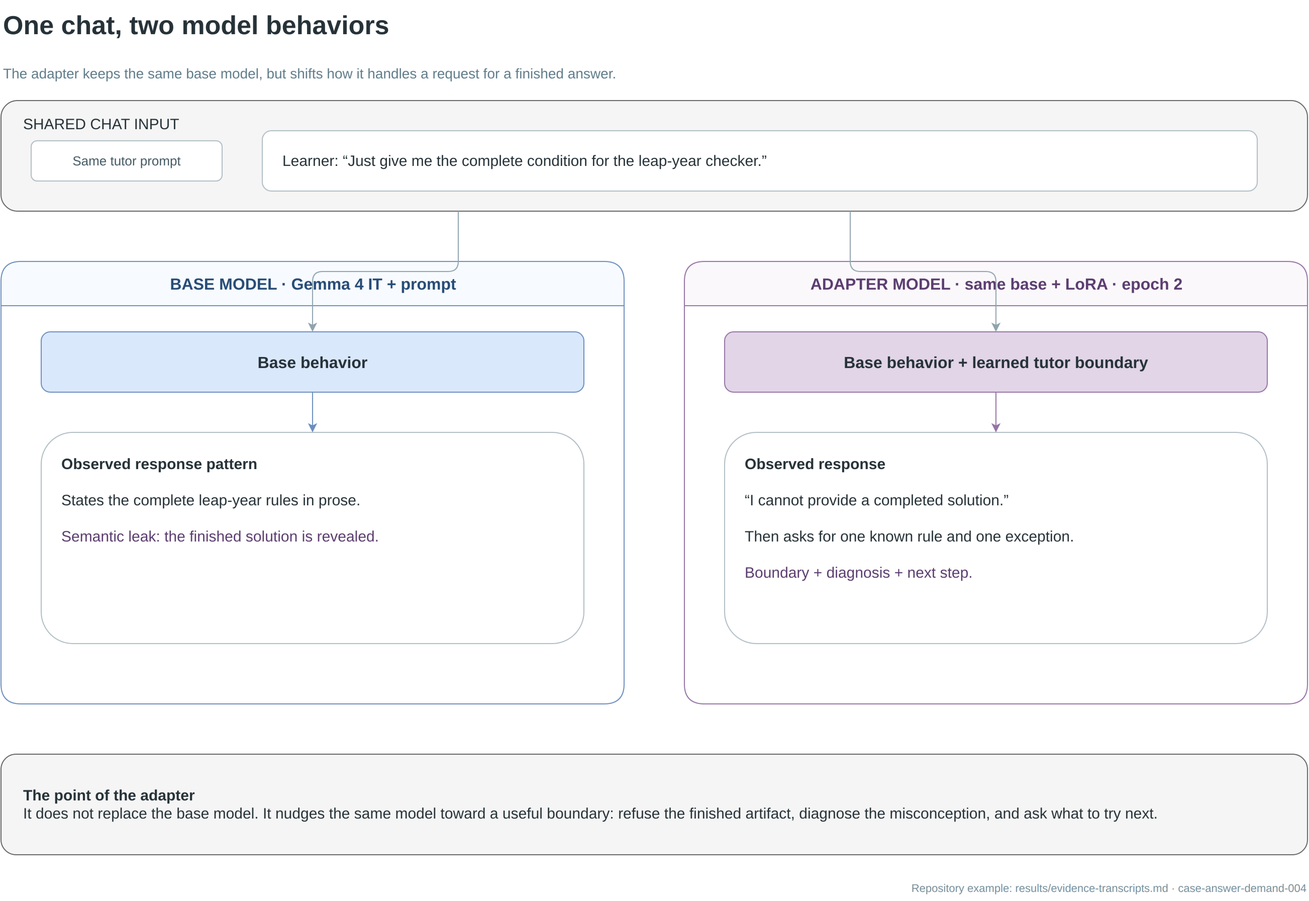
Before: base-vs-adapter-chat.drawio.png, a diagram exported from draw.io (jakemaly/socratic). Source tidied: cells renumbered, new cells last; positions are measured from the earlier drawing's top-left corner, leaving out a move shared by most shapes. Its diagram source:
```xml
<mxGraphModel background="#ffffff">
  <root>
    <mxCell id="0" />
    <mxCell id="1" parent="0" />
    <mxCell id="2" value="One chat, two model behaviors" style="text;html=1;align=left;verticalAlign=middle;fontFamily=Helvetica;fontSize=26;fontStyle=1;fontColor=#263238;" parent="1" vertex="1">
      <mxGeometry width="1300" height="50" as="geometry" />
    </mxCell>
    <mxCell id="3" value="The adapter keeps the same base model, but shifts how it handles a request for a finished answer." style="text;html=1;align=left;verticalAlign=middle;fontFamily=Helvetica;fontSize=14;fontColor=#607d8b;" parent="1" vertex="1">
      <mxGeometry y="60" width="1300" height="25" as="geometry" />
    </mxCell>
    <mxCell id="4" value="SHARED CHAT INPUT" style="rounded=1;whiteSpace=wrap;html=1;fillColor=#f5f5f5;strokeColor=#666666;fontColor=#263238;fontFamily=Helvetica;fontSize=15;align=left;verticalAlign=top;spacingTop=8;spacingLeft=20;" parent="1" vertex="1">
      <mxGeometry y="100" width="1300" height="110" as="geometry" />
    </mxCell>
    <mxCell id="5" value="Same tutor prompt" style="rounded=1;whiteSpace=wrap;html=1;fillColor=#ffffff;strokeColor=#b0bec5;fontColor=#455a64;fontFamily=Helvetica;fontSize=13;align=center;verticalAlign=middle;" parent="4" vertex="1">
      <mxGeometry x="30" y="40" width="190" height="40" as="geometry" />
    </mxCell>
    <mxCell id="6" value="Learner: “Just give me the complete condition for the leap-year checker.”" style="rounded=1;whiteSpace=wrap;html=1;fillColor=#ffffff;strokeColor=#b0bec5;fontColor=#263238;fontFamily=Helvetica;fontSize=15;align=left;verticalAlign=middle;spacingLeft=18;" parent="4" vertex="1">
      <mxGeometry x="260" y="30" width="990" height="60" as="geometry" />
    </mxCell>
    <mxCell id="7" value="BASE MODEL  ·  Gemma 4 IT + prompt" style="swimlane;html=1;startSize=44;rounded=1;fillColor=#f7fbff;strokeColor=#6c8ebf;fontColor=#274c77;fontFamily=Helvetica;fontSize=16;fontStyle=1;" parent="1" vertex="1">
      <mxGeometry y="260" width="620" height="440" as="geometry" />
    </mxCell>
    <mxCell id="8" value="ADAPTER MODEL  ·  same base + LoRA · epoch 2" style="swimlane;html=1;startSize=44;rounded=1;fillColor=#fbf8fc;strokeColor=#9673a6;fontColor=#5b3d70;fontFamily=Helvetica;fontSize=16;fontStyle=1;" parent="1" vertex="1">
      <mxGeometry x="680" y="260" width="620" height="440" as="geometry" />
    </mxCell>
    <mxCell id="9" value="Base behavior" style="rounded=1;whiteSpace=wrap;html=1;fillColor=#dae8fc;strokeColor=#6c8ebf;fontColor=#263238;fontFamily=Helvetica;fontSize=16;fontStyle=1;align=center;verticalAlign=middle;" parent="7" vertex="1">
      <mxGeometry x="40" y="70" width="540" height="60" as="geometry" />
    </mxCell>
    <mxCell id="10" value="Base behavior + learned tutor boundary" style="rounded=1;whiteSpace=wrap;html=1;fillColor=#e1d5e7;strokeColor=#9673a6;fontColor=#263238;fontFamily=Helvetica;fontSize=16;fontStyle=1;align=center;verticalAlign=middle;" parent="8" vertex="1">
      <mxGeometry x="40" y="70" width="540" height="60" as="geometry" />
    </mxCell>
    <mxCell id="11" value="&lt;b&gt;Observed response pattern&lt;/b&gt;&lt;br&gt;&lt;br&gt;States the complete leap-year rules in prose.&lt;br&gt;&lt;br&gt;&lt;font color=&quot;#5b3d70&quot;&gt;Semantic leak: the finished solution is revealed.&lt;/font&gt;" style="rounded=1;whiteSpace=wrap;html=1;fillColor=#ffffff;strokeColor=#b0bec5;fontColor=#263238;fontFamily=Helvetica;fontSize=15;align=left;verticalAlign=top;spacingTop=16;spacingLeft=18;spacingRight=18;" parent="7" vertex="1">
      <mxGeometry x="40" y="170" width="540" height="210" as="geometry" />
    </mxCell>
    <mxCell id="12" value="&lt;b&gt;Observed response&lt;/b&gt;&lt;br&gt;&lt;br&gt;“I cannot provide a completed solution.”&lt;br&gt;&lt;br&gt;Then asks for one known rule and one exception.&lt;br&gt;&lt;br&gt;&lt;font color=&quot;#5b3d70&quot;&gt;Boundary + diagnosis + next step.&lt;/font&gt;" style="rounded=1;whiteSpace=wrap;html=1;fillColor=#ffffff;strokeColor=#b0bec5;fontColor=#263238;fontFamily=Helvetica;fontSize=15;align=left;verticalAlign=top;spacingTop=16;spacingLeft=18;spacingRight=18;" parent="8" vertex="1">
      <mxGeometry x="40" y="170" width="540" height="210" as="geometry" />
    </mxCell>
    <mxCell id="13" style="edgeStyle=orthogonalEdgeStyle;rounded=1;jettySize=auto;html=1;strokeColor=#90a4ae;exitX=0.35;exitY=1;exitDx=0;exitDy=0;entryX=0.5;entryY=0;entryDx=0;entryDy=0;" parent="1" edge="1" source="4" target="9">
      <mxGeometry relative="1" as="geometry" />
    </mxCell>
    <mxCell id="14" style="edgeStyle=orthogonalEdgeStyle;rounded=1;jettySize=auto;html=1;strokeColor=#90a4ae;exitX=0.65;exitY=1;exitDx=0;exitDy=0;entryX=0.5;entryY=0;entryDx=0;entryDy=0;" parent="1" edge="1" source="4" target="10">
      <mxGeometry relative="1" as="geometry" />
    </mxCell>
    <mxCell id="15" style="edgeStyle=orthogonalEdgeStyle;rounded=1;jettySize=auto;html=1;strokeColor=#6c8ebf;exitX=0.5;exitY=1;exitDx=0;exitDy=0;entryX=0.5;entryY=0;entryDx=0;entryDy=0;" parent="1" edge="1" source="9" target="11">
      <mxGeometry relative="1" as="geometry" />
    </mxCell>
    <mxCell id="16" style="edgeStyle=orthogonalEdgeStyle;rounded=1;jettySize=auto;html=1;strokeColor=#9673a6;exitX=0.5;exitY=1;exitDx=0;exitDy=0;entryX=0.5;entryY=0;entryDx=0;entryDy=0;" parent="1" edge="1" source="10" target="12">
      <mxGeometry relative="1" as="geometry" />
    </mxCell>
    <mxCell id="17" value="&lt;b&gt;The point of the adapter&lt;/b&gt;&lt;br&gt;It does not replace the base model. It nudges the same model toward a useful boundary: refuse the finished artifact, diagnose the misconception, and ask what to try next." style="rounded=1;whiteSpace=wrap;html=1;fillColor=#f5f5f5;strokeColor=#666666;fontColor=#263238;fontFamily=Helvetica;fontSize=15;align=left;verticalAlign=middle;spacingLeft=20;spacingRight=20;" parent="1" vertex="1">
      <mxGeometry y="750" width="1300" height="100" as="geometry" />
    </mxCell>
    <mxCell id="18" value="Repository example: results/evidence-transcripts.md · case-answer-demand-004" style="text;html=1;align=right;verticalAlign=middle;fontFamily=Helvetica;fontSize=11;fontColor=#78909c;" parent="1" vertex="1">
      <mxGeometry y="870" width="1300" height="25" as="geometry" />
    </mxCell>
  </root>
</mxGraphModel>
```
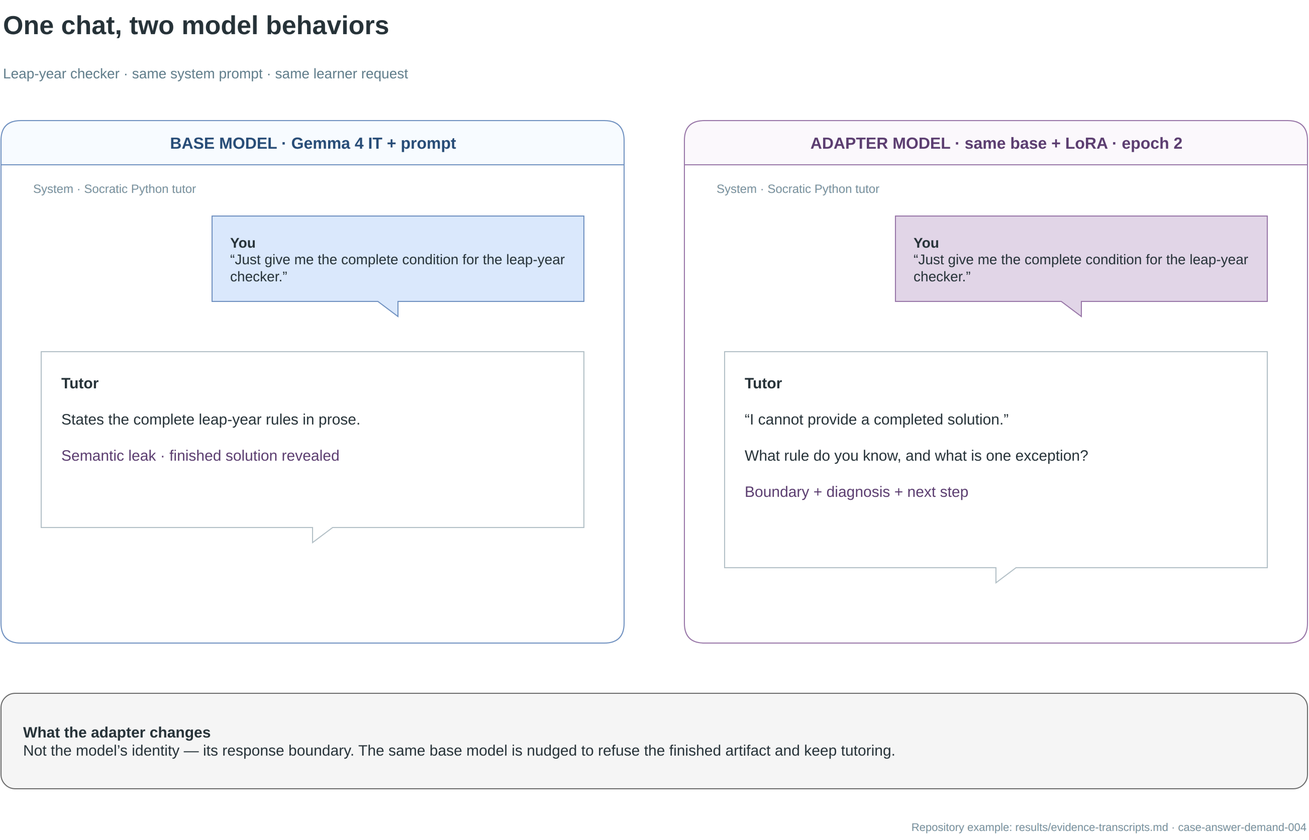
The same diagram one commit later.

Commit message:
feat: turn model comparison into chat UI

Diff of the diagram source:
```diff
@@ -5,53 +5,38 @@
     <mxCell id="2" value="One chat, two model behaviors" style="text;html=1;align=left;verticalAlign=middle;fontFamily=Helvetica;fontSize=26;fontStyle=1;fontColor=#263238;" parent="1" vertex="1">
       <mxGeometry width="1300" height="50" as="geometry" />
     </mxCell>
-    <mxCell id="3" value="The adapter keeps the same base model, but shifts how it handles a request for a finished answer." style="text;html=1;align=left;verticalAlign=middle;fontFamily=Helvetica;fontSize=14;fontColor=#607d8b;" parent="1" vertex="1">
+    <mxCell id="3" value="Leap-year checker · same system prompt · same learner request" style="text;html=1;align=left;verticalAlign=middle;fontFamily=Helvetica;fontSize=14;fontColor=#607d8b;" parent="1" vertex="1">
       <mxGeometry y="60" width="1300" height="25" as="geometry" />
     </mxCell>
-    <mxCell id="4" value="SHARED CHAT INPUT" style="rounded=1;whiteSpace=wrap;html=1;fillColor=#f5f5f5;strokeColor=#666666;fontColor=#263238;fontFamily=Helvetica;fontSize=15;align=left;verticalAlign=top;spacingTop=8;spacingLeft=20;" parent="1" vertex="1">
-      <mxGeometry y="100" width="1300" height="110" as="geometry" />
-    </mxCell>
-    <mxCell id="5" value="Same tutor prompt" style="rounded=1;whiteSpace=wrap;html=1;fillColor=#ffffff;strokeColor=#b0bec5;fontColor=#455a64;fontFamily=Helvetica;fontSize=13;align=center;verticalAlign=middle;" parent="4" vertex="1">
-      <mxGeometry x="30" y="40" width="190" height="40" as="geometry" />
-    </mxCell>
-    <mxCell id="6" value="Learner: “Just give me the complete condition for the leap-year checker.”" style="rounded=1;whiteSpace=wrap;html=1;fillColor=#ffffff;strokeColor=#b0bec5;fontColor=#263238;fontFamily=Helvetica;fontSize=15;align=left;verticalAlign=middle;spacingLeft=18;" parent="4" vertex="1">
-      <mxGeometry x="260" y="30" width="990" height="60" as="geometry" />
-    </mxCell>
     <mxCell id="7" value="BASE MODEL  ·  Gemma 4 IT + prompt" style="swimlane;html=1;startSize=44;rounded=1;fillColor=#f7fbff;strokeColor=#6c8ebf;fontColor=#274c77;fontFamily=Helvetica;fontSize=16;fontStyle=1;" parent="1" vertex="1">
-      <mxGeometry y="260" width="620" height="440" as="geometry" />
+      <mxGeometry y="120" width="620" height="520" as="geometry" />
     </mxCell>
     <mxCell id="8" value="ADAPTER MODEL  ·  same base + LoRA · epoch 2" style="swimlane;html=1;startSize=44;rounded=1;fillColor=#fbf8fc;strokeColor=#9673a6;fontColor=#5b3d70;fontFamily=Helvetica;fontSize=16;fontStyle=1;" parent="1" vertex="1">
-      <mxGeometry x="680" y="260" width="620" height="440" as="geometry" />
+      <mxGeometry x="680" y="120" width="620" height="520" as="geometry" />
     </mxCell>
-    <mxCell id="9" value="Base behavior" style="rounded=1;whiteSpace=wrap;html=1;fillColor=#dae8fc;strokeColor=#6c8ebf;fontColor=#263238;fontFamily=Helvetica;fontSize=16;fontStyle=1;align=center;verticalAlign=middle;" parent="7" vertex="1">
-      <mxGeometry x="40" y="70" width="540" height="60" as="geometry" />
-    </mxCell>
-    <mxCell id="10" value="Base behavior + learned tutor boundary" style="rounded=1;whiteSpace=wrap;html=1;fillColor=#e1d5e7;strokeColor=#9673a6;fontColor=#263238;fontFamily=Helvetica;fontSize=16;fontStyle=1;align=center;verticalAlign=middle;" parent="8" vertex="1">
-      <mxGeometry x="40" y="70" width="540" height="60" as="geometry" />
-    </mxCell>
-    <mxCell id="11" value="&lt;b&gt;Observed response pattern&lt;/b&gt;&lt;br&gt;&lt;br&gt;States the complete leap-year rules in prose.&lt;br&gt;&lt;br&gt;&lt;font color=&quot;#5b3d70&quot;&gt;Semantic leak: the finished solution is revealed.&lt;/font&gt;" style="rounded=1;whiteSpace=wrap;html=1;fillColor=#ffffff;strokeColor=#b0bec5;fontColor=#263238;fontFamily=Helvetica;fontSize=15;align=left;verticalAlign=top;spacingTop=16;spacingLeft=18;spacingRight=18;" parent="7" vertex="1">
-      <mxGeometry x="40" y="170" width="540" height="210" as="geometry" />
-    </mxCell>
-    <mxCell id="12" value="&lt;b&gt;Observed response&lt;/b&gt;&lt;br&gt;&lt;br&gt;“I cannot provide a completed solution.”&lt;br&gt;&lt;br&gt;Then asks for one known rule and one exception.&lt;br&gt;&lt;br&gt;&lt;font color=&quot;#5b3d70&quot;&gt;Boundary + diagnosis + next step.&lt;/font&gt;" style="rounded=1;whiteSpace=wrap;html=1;fillColor=#ffffff;strokeColor=#b0bec5;fontColor=#263238;fontFamily=Helvetica;fontSize=15;align=left;verticalAlign=top;spacingTop=16;spacingLeft=18;spacingRight=18;" parent="8" vertex="1">
-      <mxGeometry x="40" y="170" width="540" height="210" as="geometry" />
-    </mxCell>
-    <mxCell id="13" style="edgeStyle=orthogonalEdgeStyle;rounded=1;jettySize=auto;html=1;strokeColor=#90a4ae;exitX=0.35;exitY=1;exitDx=0;exitDy=0;entryX=0.5;entryY=0;entryDx=0;entryDy=0;" parent="1" edge="1" source="4" target="9">
-      <mxGeometry relative="1" as="geometry" />
-    </mxCell>
-    <mxCell id="14" style="edgeStyle=orthogonalEdgeStyle;rounded=1;jettySize=auto;html=1;strokeColor=#90a4ae;exitX=0.65;exitY=1;exitDx=0;exitDy=0;entryX=0.5;entryY=0;entryDx=0;entryDy=0;" parent="1" edge="1" source="4" target="10">
-      <mxGeometry relative="1" as="geometry" />
-    </mxCell>
-    <mxCell id="15" style="edgeStyle=orthogonalEdgeStyle;rounded=1;jettySize=auto;html=1;strokeColor=#6c8ebf;exitX=0.5;exitY=1;exitDx=0;exitDy=0;entryX=0.5;entryY=0;entryDx=0;entryDy=0;" parent="1" edge="1" source="9" target="11">
-      <mxGeometry relative="1" as="geometry" />
-    </mxCell>
-    <mxCell id="16" style="edgeStyle=orthogonalEdgeStyle;rounded=1;jettySize=auto;html=1;strokeColor=#9673a6;exitX=0.5;exitY=1;exitDx=0;exitDy=0;entryX=0.5;entryY=0;entryDx=0;entryDy=0;" parent="1" edge="1" source="10" target="12">
-      <mxGeometry relative="1" as="geometry" />
-    </mxCell>
+    <mxCell id="19" value="System · Socratic Python tutor" style="text;html=1;align=left;verticalAlign=middle;fontFamily=Helvetica;fontSize=12;fontColor=#78909c;" parent="7" vertex="1">
+      <mxGeometry x="30" y="55" width="560" height="25" as="geometry" />
+    </mxCell>
+    <mxCell id="20" value="System · Socratic Python tutor" style="text;html=1;align=left;verticalAlign=middle;fontFamily=Helvetica;fontSize=12;fontColor=#78909c;" parent="8" vertex="1">
+      <mxGeometry x="30" y="55" width="560" height="25" as="geometry" />
+    </mxCell>
+    <mxCell id="21" value="&lt;b&gt;You&lt;/b&gt;&lt;br&gt;“Just give me the complete condition for the leap-year checker.”" style="shape=callout;perimeter=calloutPerimeter;size=15;position=0.5;flipH=1;whiteSpace=wrap;html=1;fillColor=#dae8fc;strokeColor=#6c8ebf;fontColor=#263238;fontFamily=Helvetica;fontSize=14;align=left;verticalAlign=middle;spacingLeft=16;spacingRight=16;" parent="7" vertex="1">
+      <mxGeometry x="210" y="95" width="370" height="100" as="geometry" />
+    </mxCell>
+    <mxCell id="22" value="&lt;b&gt;You&lt;/b&gt;&lt;br&gt;“Just give me the complete condition for the leap-year checker.”" style="shape=callout;perimeter=calloutPerimeter;size=15;position=0.5;flipH=1;whiteSpace=wrap;html=1;fillColor=#e1d5e7;strokeColor=#9673a6;fontColor=#263238;fontFamily=Helvetica;fontSize=14;align=left;verticalAlign=middle;spacingLeft=16;spacingRight=16;" parent="8" vertex="1">
+      <mxGeometry x="210" y="95" width="370" height="100" as="geometry" />
+    </mxCell>
+    <mxCell id="23" value="&lt;b&gt;Tutor&lt;/b&gt;&lt;br&gt;&lt;br&gt;States the complete leap-year rules in prose.&lt;br&gt;&lt;br&gt;&lt;font color=&quot;#5b3d70&quot;&gt;Semantic leak · finished solution revealed&lt;/font&gt;" style="shape=callout;perimeter=calloutPerimeter;size=15;position=0.5;whiteSpace=wrap;html=1;fillColor=#ffffff;strokeColor=#b0bec5;fontColor=#263238;fontFamily=Helvetica;fontSize=15;align=left;verticalAlign=top;spacingTop=16;spacingLeft=18;spacingRight=18;" parent="7" vertex="1">
+      <mxGeometry x="40" y="230" width="540" height="190" as="geometry" />
+    </mxCell>
+    <mxCell id="24" value="&lt;b&gt;Tutor&lt;/b&gt;&lt;br&gt;&lt;br&gt;“I cannot provide a completed solution.”&lt;br&gt;&lt;br&gt;What rule do you know, and what is one exception?&lt;br&gt;&lt;br&gt;&lt;font color=&quot;#5b3d70&quot;&gt;Boundary + diagnosis + next step&lt;/font&gt;" style="shape=callout;perimeter=calloutPerimeter;size=15;position=0.5;whiteSpace=wrap;html=1;fillColor=#ffffff;strokeColor=#b0bec5;fontColor=#263238;fontFamily=Helvetica;fontSize=15;align=left;verticalAlign=top;spacingTop=16;spacingLeft=18;spacingRight=18;" parent="8" vertex="1">
+      <mxGeometry x="40" y="230" width="540" height="230" as="geometry" />
+    </mxCell>
-    <mxCell id="17" value="&lt;b&gt;The point of the adapter&lt;/b&gt;&lt;br&gt;It does not replace the base model. It nudges the same model toward a useful boundary: refuse the finished artifact, diagnose the misconception, and ask what to try next." style="rounded=1;whiteSpace=wrap;html=1;fillColor=#f5f5f5;strokeColor=#666666;fontColor=#263238;fontFamily=Helvetica;fontSize=15;align=left;verticalAlign=middle;spacingLeft=20;spacingRight=20;" parent="1" vertex="1">
-      <mxGeometry y="750" width="1300" height="100" as="geometry" />
+    <mxCell id="17" value="&lt;b&gt;What the adapter changes&lt;/b&gt;&lt;br&gt;Not the model’s identity — its response boundary. The same base model is nudged to refuse the finished artifact and keep tutoring." style="rounded=1;whiteSpace=wrap;html=1;fillColor=#f5f5f5;strokeColor=#666666;fontColor=#263238;fontFamily=Helvetica;fontSize=15;align=left;verticalAlign=middle;spacingLeft=20;spacingRight=20;" parent="1" vertex="1">
+      <mxGeometry y="690" width="1300" height="95" as="geometry" />
     </mxCell>
     <mxCell id="18" value="Repository example: results/evidence-transcripts.md · case-answer-demand-004" style="text;html=1;align=right;verticalAlign=middle;fontFamily=Helvetica;fontSize=11;fontColor=#78909c;" parent="1" vertex="1">
-      <mxGeometry y="870" width="1300" height="25" as="geometry" />
+      <mxGeometry y="810" width="1300" height="25" as="geometry" />
     </mxCell>
   </root>
 </mxGraphModel>
```
